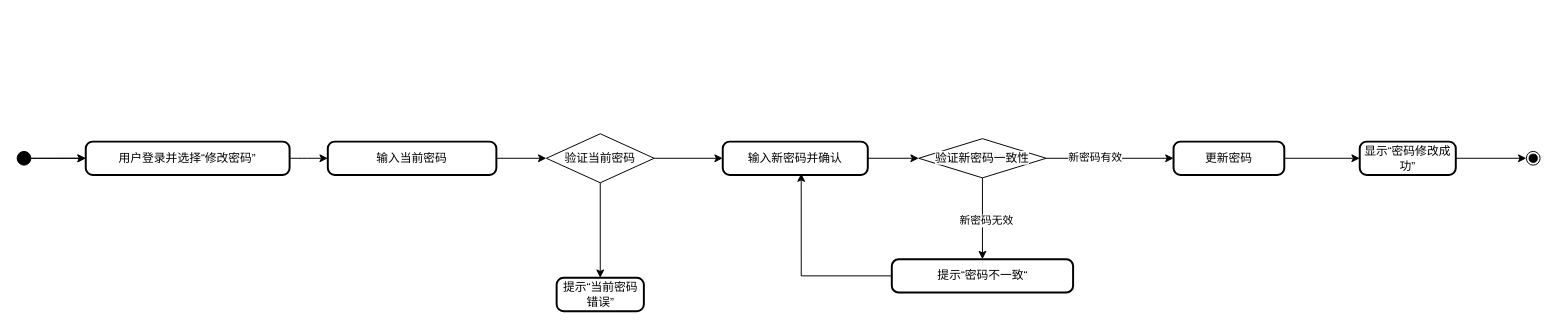
The draw.io diagram page "行为建模" (2 of 2) of 文档/需求分析规约文档/三种建模/03修改密码用例建模.drawio in w1ntercube/TJ-SE-Design, before the edit. Source tidied: cells renumbered, new cells numbered last; positions are measured from the earlier drawing's top-left corner, leaving out a move shared by most shapes. Both pictures are drawn from the tidied source at 98%, with x=0, y=0 at pixel (17, 133).
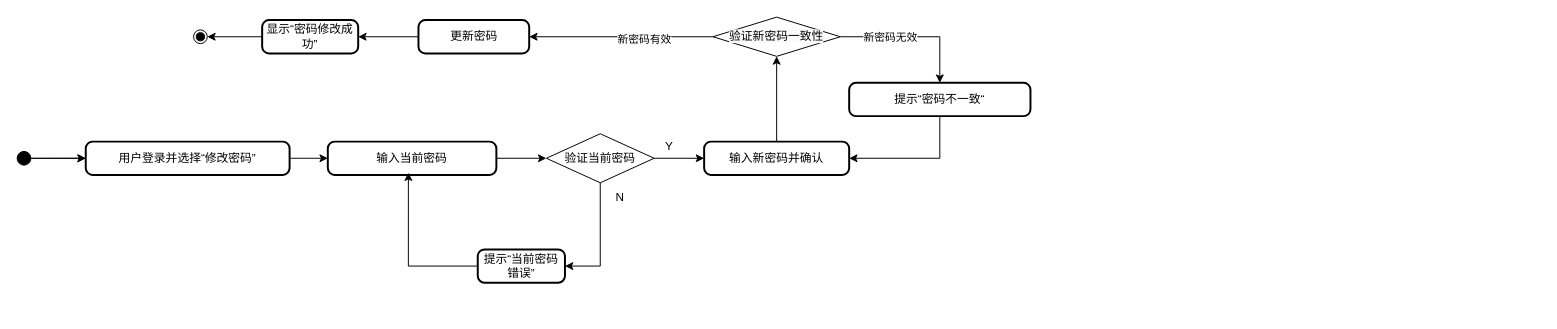
After the change.

Unchanged cells that the change refers to:
```xml
<mxCell id="5" value="输入当前密码" style="rounded=1;absoluteArcSize=1;arcSize=14;whiteSpace=wrap;strokeWidth=2;" parent="1" vertex="1">
  <mxGeometry x="317" y="8" width="172" height="34" as="geometry" />
</mxCell>
<mxCell id="20" value="验证当前密码" style="rhombus;whiteSpace=wrap;html=1;" parent="1" vertex="1">
  <mxGeometry x="540" width="110" height="50" as="geometry" />
</mxCell>
```

What changed in the source:
```diff
@@
-    <mxCell id="6" style="edgeStyle=orthogonalEdgeStyle;rounded=0;jettySize=auto;html=1;" parent="1" edge="1" source="20" target="13">
+    <mxCell id="6" style="edgeStyle=orthogonalEdgeStyle;rounded=0;jettySize=auto;html=1;entryX=1;entryY=0.5;entryDx=0;entryDy=0;" parent="1" edge="1" source="20" target="13">
       <mxGeometry relative="1" as="geometry" />
     </mxCell>
@@
     <mxCell id="8" value="输入新密码并确认" style="rounded=1;absoluteArcSize=1;arcSize=14;whiteSpace=wrap;strokeWidth=2;" parent="1" vertex="1">
-      <mxGeometry x="720" y="8" width="148" height="34" as="geometry" />
+      <mxGeometry x="701" y="8" width="148" height="34" as="geometry" />
     </mxCell>
-    <mxCell id="9" style="edgeStyle=orthogonalEdgeStyle;rounded=0;jettySize=auto;html=1;" parent="1" edge="1" source="10" target="12">
+    <mxCell id="9" style="edgeStyle=orthogonalEdgeStyle;rounded=0;jettySize=auto;html=1;entryX=1;entryY=0.5;entryDx=0;entryDy=0;exitX=0;exitY=0.5;exitDx=0;exitDy=0;" parent="1" edge="1" source="10" target="12">
       <mxGeometry relative="1" as="geometry" />
     </mxCell>
     <mxCell id="10" value="更新密码" style="rounded=1;absoluteArcSize=1;arcSize=14;whiteSpace=wrap;strokeWidth=2;" parent="1" vertex="1">
-      <mxGeometry x="1180" y="8" width="113" height="34" as="geometry" />
+      <mxGeometry x="409.5" y="-116" width="113" height="34" as="geometry" />
     </mxCell>
@@
     <mxCell id="12" value="显示“密码修改成功”" style="rounded=1;absoluteArcSize=1;arcSize=14;whiteSpace=wrap;strokeWidth=2;" parent="1" vertex="1">
-      <mxGeometry x="1370" y="8" width="98" height="34" as="geometry" />
+      <mxGeometry x="250" y="-116" width="98" height="34" as="geometry" />
     </mxCell>
     <mxCell id="13" value="提示“当前密码错误”" style="rounded=1;absoluteArcSize=1;arcSize=14;whiteSpace=wrap;strokeWidth=2;" parent="1" vertex="1">
-      <mxGeometry x="550.5" y="147" width="89" height="34" as="geometry" />
+      <mxGeometry x="470" y="118" width="89" height="34" as="geometry" />
     </mxCell>
+    <mxCell id="26" style="edgeStyle=orthogonalEdgeStyle;rounded=0;jettySize=auto;html=1;entryX=1;entryY=0.5;entryDx=0;entryDy=0;exitX=0.5;exitY=1;exitDx=0;exitDy=0;" parent="1" edge="1" source="14" target="8">
+      <mxGeometry relative="1" as="geometry" />
+    </mxCell>
     <mxCell id="14" value="提示“密码不一致“" style="rounded=1;absoluteArcSize=1;arcSize=14;whiteSpace=wrap;strokeWidth=2;" parent="1" vertex="1">
-      <mxGeometry x="892.5" y="128" width="185" height="34" as="geometry" />
+      <mxGeometry x="849" y="-52" width="185" height="34" as="geometry" />
     </mxCell>
     <mxCell id="15" style="ellipse;shape=endState;fillColor=strokeColor;" parent="1" vertex="1">
-      <mxGeometry x="1540" y="18" width="14" height="14" as="geometry" />
+      <mxGeometry x="180" y="-106" width="14" height="14" as="geometry" />
     </mxCell>
@@
-    <mxCell id="21" style="edgeStyle=orthogonalEdgeStyle;rounded=0;jettySize=auto;html=1;" parent="1" edge="1" source="25" target="10">
+    <mxCell id="21" style="edgeStyle=orthogonalEdgeStyle;rounded=0;jettySize=auto;html=1;entryX=1;entryY=0.5;entryDx=0;entryDy=0;" parent="1" edge="1" source="25" target="10">
       <mxGeometry relative="1" as="geometry" />
     </mxCell>
@@
-    <mxCell id="23" style="edgeStyle=orthogonalEdgeStyle;rounded=0;jettySize=auto;html=1;exitX=0.5;exitY=1;exitDx=0;exitDy=0;" parent="1" edge="1" source="25" target="14">
+    <mxCell id="23" style="edgeStyle=orthogonalEdgeStyle;rounded=0;jettySize=auto;html=1;" parent="1" edge="1" source="25" target="14">
       <mxGeometry relative="1" as="geometry" />
     </mxCell>
+    <mxCell id="25" value="&lt;span style=&quot;color: rgb(0, 0, 0); font-family: Helvetica; font-size: 12px; font-style: normal; font-variant-ligatures: normal; font-variant-caps: normal; font-weight: 400; letter-spacing: normal; orphans: 2; text-align: center; text-indent: 0px; text-transform: none; widows: 2; word-spacing: 0px; -webkit-text-stroke-width: 0px; white-space: normal; background-color: rgb(251, 251, 251); text-decoration-thickness: initial; text-decoration-style: initial; text-decoration-color: initial; display: inline !important; float: none;&quot;&gt;验证新密码一致性&lt;/span&gt;" style="rhombus;whiteSpace=wrap;html=1;" parent="1" vertex="1">
+      <mxGeometry x="710" y="-119" width="130" height="40" as="geometry" />
+    </mxCell>
+    <mxCell id="27" value="N" style="text;html=1;align=center;verticalAlign=middle;strokeColor=none;fillColor=none;" parent="1" vertex="1">
+      <mxGeometry x="600" y="50" width="30" height="30" as="geometry" />
+    </mxCell>
+    <mxCell id="28" value="Y" style="text;html=1;align=center;verticalAlign=middle;strokeColor=none;fillColor=none;" parent="1" vertex="1">
+      <mxGeometry x="650" y="-2" width="30" height="30" as="geometry" />
+    </mxCell>
+    <mxCell id="29" style="edgeStyle=orthogonalEdgeStyle;rounded=0;jettySize=auto;html=1;exitX=0;exitY=0.5;exitDx=0;exitDy=0;entryX=0.478;entryY=0.929;entryDx=0;entryDy=0;entryPerimeter=0;" parent="1" edge="1" source="13" target="5">
+      <mxGeometry relative="1" as="geometry" />
+    </mxCell>
-    <mxCell id="24" value="新密码无效" style="edgeLabel;html=1;align=center;verticalAlign=middle;" parent="23" vertex="1">
-      <mxGeometry x="0.03" y="3" relative="1" as="geometry" />
+    <mxCell id="24" value="新密码无效" style="edgeLabel;html=1;align=center;verticalAlign=middle;" parent="1" vertex="1">
+      <mxGeometry x="890" y="-99" as="geometry" />
     </mxCell>
-    <mxCell id="25" value="&lt;span style=&quot;color: rgb(0, 0, 0); font-family: Helvetica; font-size: 12px; font-style: normal; font-variant-ligatures: normal; font-variant-caps: normal; font-weight: 400; letter-spacing: normal; orphans: 2; text-align: center; text-indent: 0px; text-transform: none; widows: 2; word-spacing: 0px; -webkit-text-stroke-width: 0px; white-space: normal; background-color: rgb(251, 251, 251); text-decoration-thickness: initial; text-decoration-style: initial; text-decoration-color: initial; display: inline !important; float: none;&quot;&gt;验证新密码一致性&lt;/span&gt;" style="rhombus;whiteSpace=wrap;html=1;" parent="1" vertex="1">
-      <mxGeometry x="920" y="5" width="130" height="40" as="geometry" />
-    </mxCell>
-    <mxCell id="26" style="edgeStyle=orthogonalEdgeStyle;rounded=0;jettySize=auto;html=1;exitX=0;exitY=0.5;exitDx=0;exitDy=0;entryX=0.541;entryY=0.957;entryDx=0;entryDy=0;entryPerimeter=0;" parent="1" edge="1" source="14" target="8">
-      <mxGeometry relative="1" as="geometry" />
-    </mxCell>
```
